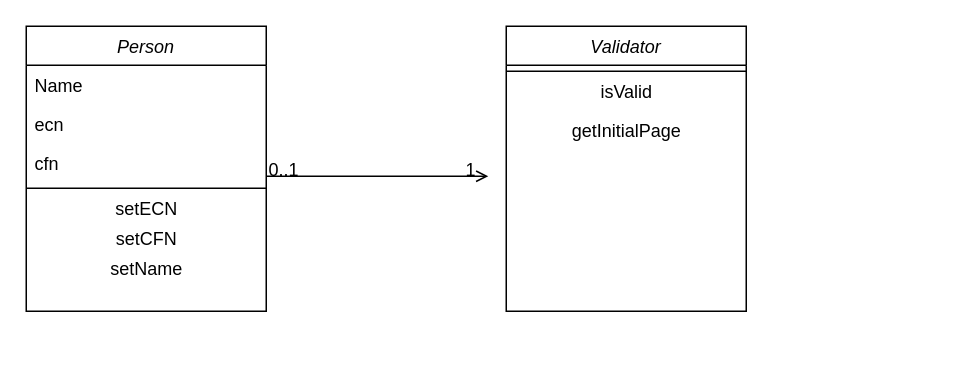
Above: ex-2-class-diagram.drawio in kdeif/blockchain-otc-dapp (draw.io), before the change. Source tidied: cells renumbered, new cells numbered last; positions are measured from the earlier drawing's top-left corner, leaving out a move shared by most shapes. Both pictures are drawn from the tidied source at 150%, with x=0, y=0 at pixel (26, 26).
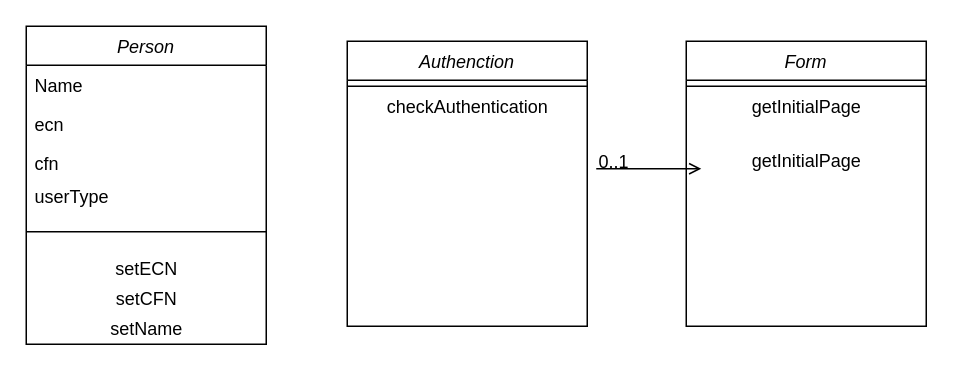
The same page after the edit.

Change to the diagram source:
```diff
@@
     <mxCell id="2" value="Person" style="swimlane;fontStyle=2;align=center;verticalAlign=top;horizontal=1;startSize=26;rounded=0;shadow=0;strokeWidth=1;" parent="1" vertex="1">
-      <mxGeometry width="160" height="190" as="geometry" />
+      <mxGeometry width="160" height="212" as="geometry" />
     </mxCell>
@@
     <mxCell id="5" value="cfn" style="text;align=left;verticalAlign=top;spacingLeft=4;spacingRight=4;overflow=hidden;rounded=0;shadow=0;html=0;" parent="2" vertex="1">
-      <mxGeometry y="78" width="160" height="26" as="geometry" />
+      <mxGeometry y="78" width="160" height="22" as="geometry" />
     </mxCell>
+    <mxCell id="17" value="userType" style="text;align=left;verticalAlign=top;spacingLeft=4;spacingRight=4;overflow=hidden;rounded=0;shadow=0;html=0;" parent="2" vertex="1">
+      <mxGeometry y="100" width="160" height="22" as="geometry" />
+    </mxCell>
     <mxCell id="6" style="line;html=1;strokeWidth=1;align=left;verticalAlign=middle;spacingTop=-1;spacingLeft=3;spacingRight=3;labelPosition=right;" parent="2" vertex="1">
-      <mxGeometry y="104" width="160" height="8" as="geometry" />
+      <mxGeometry y="122" width="160" height="30" as="geometry" />
     </mxCell>
     <mxCell id="7" value="setECN" style="text;html=1;align=center;verticalAlign=middle;strokeColor=none;" parent="2" vertex="1">
-      <mxGeometry y="112" width="160" height="20" as="geometry" />
+      <mxGeometry y="152" width="160" height="20" as="geometry" />
     </mxCell>
     <mxCell id="8" value="setCFN" style="text;html=1;align=center;verticalAlign=middle;strokeColor=none;" parent="2" vertex="1">
-      <mxGeometry y="132" width="160" height="20" as="geometry" />
+      <mxGeometry y="172" width="160" height="20" as="geometry" />
     </mxCell>
     <mxCell id="9" value="setName" style="text;html=1;align=center;verticalAlign=middle;strokeColor=none;" parent="2" vertex="1">
-      <mxGeometry y="152" width="160" height="20" as="geometry" />
+      <mxGeometry y="192" width="160" height="20" as="geometry" />
     </mxCell>
-    <mxCell id="10" style="endArrow=open;shadow=0;strokeWidth=1;rounded=0;endFill=1;edgeStyle=elbowEdgeStyle;elbow=vertical;" parent="1" edge="1" source="2">
-      <mxGeometry x="0.5" y="41" relative="1" as="geometry">
-        <mxPoint x="308" y="100" as="targetPoint" />
-        <mxPoint x="-40" y="32" as="offset" />
-      </mxGeometry>
-    </mxCell>
-    <mxCell id="11" value="0..1" style="align=left;verticalAlign=bottom;labelBackgroundColor=none;fontSize=12;" parent="10" vertex="1">
-      <mxGeometry x="-1" relative="1" as="geometry">
-        <mxPoint y="4" as="offset" />
-      </mxGeometry>
-    </mxCell>
-    <mxCell id="12" value="1" style="align=right;verticalAlign=bottom;labelBackgroundColor=none;fontSize=12;" parent="10" vertex="1">
-      <mxGeometry x="1" relative="1" as="geometry">
-        <mxPoint x="-7" y="4" as="offset" />
-      </mxGeometry>
-    </mxCell>
-    <mxCell id="13" value="Validator" style="swimlane;fontStyle=2;align=center;verticalAlign=top;horizontal=1;startSize=26;rounded=0;shadow=0;strokeWidth=1;" parent="1" vertex="1">
-      <mxGeometry x="320" width="160" height="190" as="geometry" />
+    <mxCell id="13" value="Authenction" style="swimlane;fontStyle=2;align=center;verticalAlign=top;horizontal=1;startSize=26;rounded=0;shadow=0;strokeWidth=1;" parent="1" vertex="1">
+      <mxGeometry x="214" y="10" width="160" height="190" as="geometry" />
     </mxCell>
@@
-    <mxCell id="15" value="isValid" style="text;html=1;align=center;verticalAlign=middle;strokeColor=none;" parent="13" vertex="1">
+    <mxCell id="15" value="checkAuthentication" style="text;html=1;align=center;verticalAlign=middle;strokeColor=none;" parent="13" vertex="1">
       <mxGeometry y="34" width="160" height="20" as="geometry" />
     </mxCell>
+    <mxCell id="18" value="Form" style="swimlane;fontStyle=2;align=center;verticalAlign=top;horizontal=1;startSize=26;rounded=0;shadow=0;strokeWidth=1;" parent="1" vertex="1">
+      <mxGeometry x="440" y="10" width="160" height="190" as="geometry" />
+    </mxCell>
+    <mxCell id="19" style="line;html=1;strokeWidth=1;align=left;verticalAlign=middle;spacingTop=-1;spacingLeft=3;spacingRight=3;labelPosition=right;" parent="18" vertex="1">
+      <mxGeometry y="26" width="160" height="8" as="geometry" />
+    </mxCell>
-    <mxCell id="16" value="getInitialPage" style="text;html=1;align=center;verticalAlign=middle;strokeColor=none;" parent="1" vertex="1">
-      <mxGeometry x="355" y="60" width="90" height="20" as="geometry" />
+    <mxCell id="16" value="getInitialPage" style="text;html=1;align=center;verticalAlign=middle;strokeColor=none;" parent="18" vertex="1">
+      <mxGeometry y="34" width="160" height="20" as="geometry" />
     </mxCell>
+    <mxCell id="20" style="endArrow=open;shadow=0;strokeWidth=1;rounded=0;endFill=1;edgeStyle=elbowEdgeStyle;elbow=vertical;entryX=0;entryY=0.5;entryDx=0;entryDy=0;" parent="1" edge="1">
+      <mxGeometry x="0.5" y="41" relative="1" as="geometry">
+        <mxPoint x="380" y="95" as="sourcePoint" />
+        <mxPoint x="450" y="94.5" as="targetPoint" />
+        <mxPoint x="-40" y="32" as="offset" />
+      </mxGeometry>
+    </mxCell>
+    <mxCell id="11" value="0..1" style="align=left;verticalAlign=bottom;labelBackgroundColor=none;fontSize=12;" parent="20" vertex="1">
+      <mxGeometry x="-1" relative="1" as="geometry">
+        <mxPoint y="4" as="offset" />
+      </mxGeometry>
+    </mxCell>
+    <mxCell id="21" value="getInitialPage" style="text;html=1;align=center;verticalAlign=middle;strokeColor=none;" parent="1" vertex="1">
+      <mxGeometry x="440" y="80" width="160" height="20" as="geometry" />
+    </mxCell>
```
